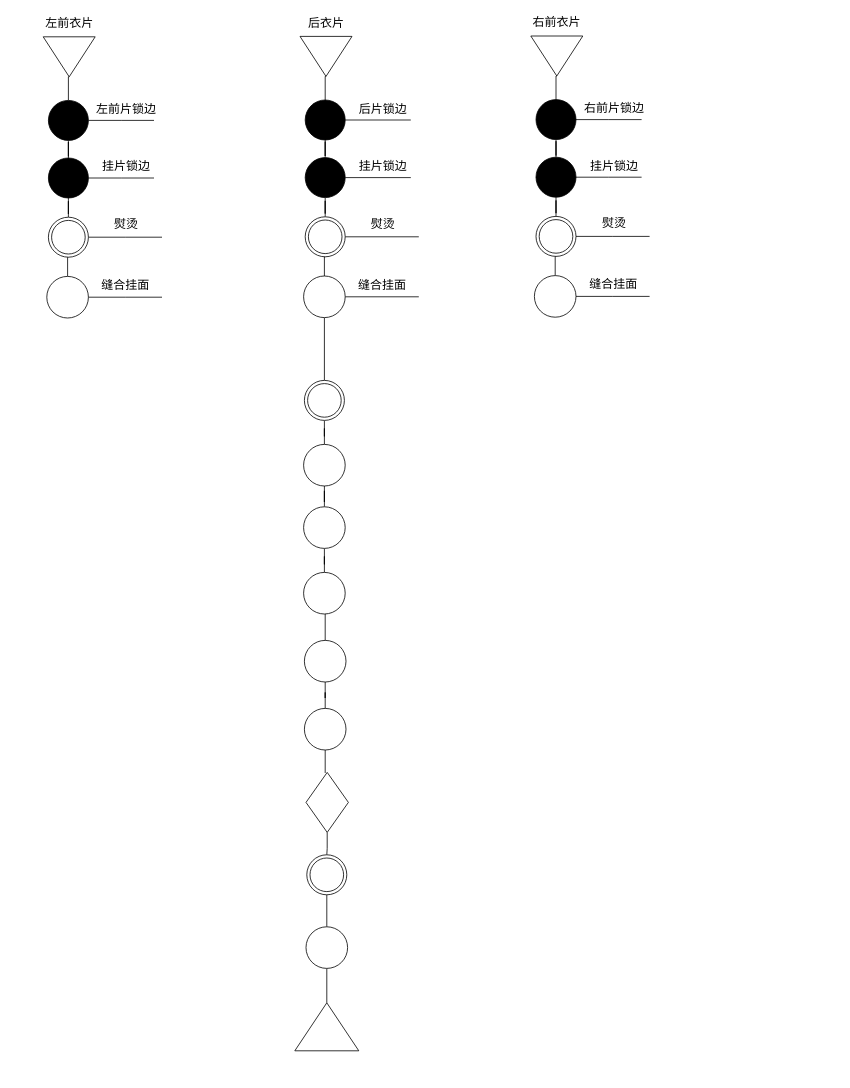
Above: 服装.drawio in chs97/draw.io (draw.io), before the change. Source tidied: cells renumbered, new cells numbered last; positions are measured from the earlier drawing's top-left corner, leaving out a move shared by most shapes. Both pictures are drawn from the tidied source at 80%, with x=0, y=0 at pixel (42, 14).
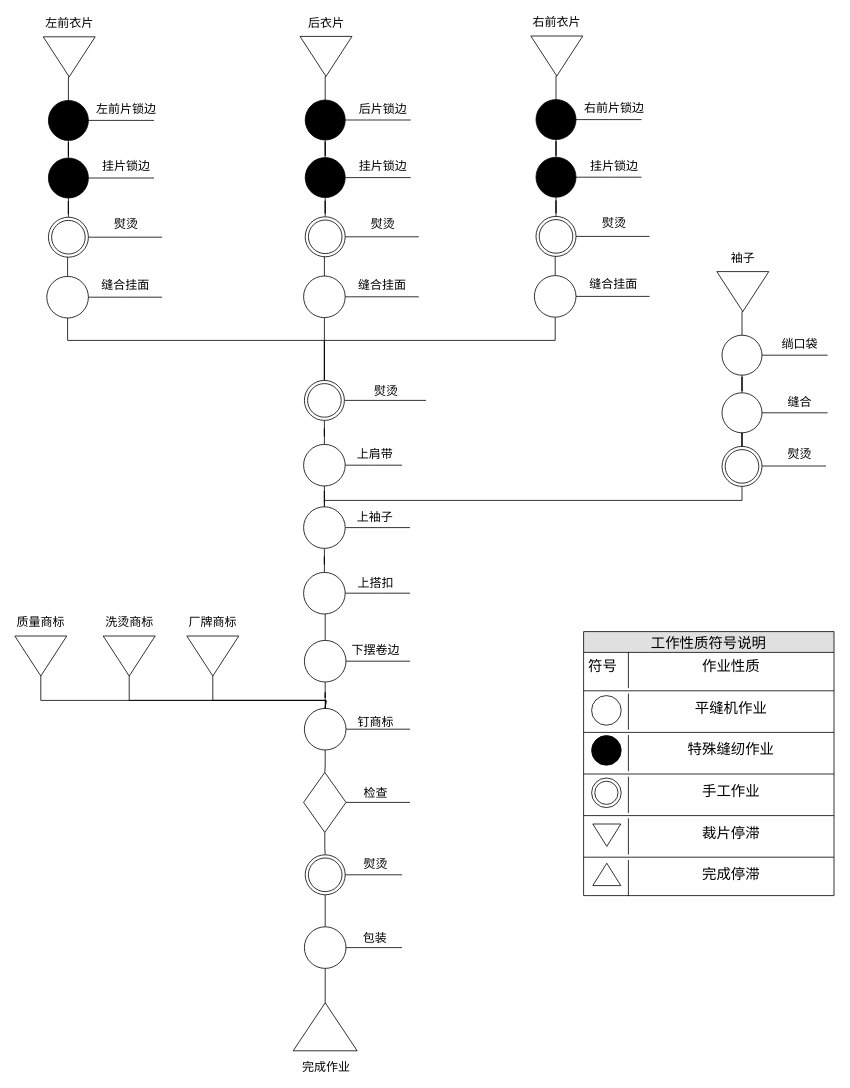
After the change.

The change refers to these unchanged cells:
```xml
<mxCell id="14" style="ellipse;whiteSpace=wrap;html=1;fillColor=#FFFFFF;" parent="1" vertex="1">
  <mxGeometry x="6" y="328" width="52" height="52" as="geometry" />
</mxCell>
<mxCell id="51" style="ellipse;whiteSpace=wrap;html=1;fillColor=#FFFFFF;" parent="1" vertex="1">
  <mxGeometry x="615.5" y="327" width="52" height="52" as="geometry" />
</mxCell>
<mxCell id="58" style="ellipse;shape=doubleEllipse;whiteSpace=wrap;html=1;fillColor=#FFFFFF;" parent="1" vertex="1">
  <mxGeometry x="328" y="458" width="50" height="50" as="geometry" />
</mxCell>
<mxCell id="60" style="ellipse;whiteSpace=wrap;html=1;fillColor=#FFFFFF;" parent="1" vertex="1">
  <mxGeometry x="327" y="538" width="52" height="52" as="geometry" />
</mxCell>
<mxCell id="62" style="ellipse;whiteSpace=wrap;html=1;fillColor=#FFFFFF;" parent="1" vertex="1">
  <mxGeometry x="327" y="616" width="52" height="52" as="geometry" />
</mxCell>
<mxCell id="64" style="ellipse;whiteSpace=wrap;html=1;fillColor=#FFFFFF;" parent="1" vertex="1">
  <mxGeometry x="327" y="698" width="52" height="52" as="geometry" />
</mxCell>
<mxCell id="66" style="ellipse;whiteSpace=wrap;html=1;fillColor=#FFFFFF;" parent="1" vertex="1">
  <mxGeometry x="328" y="783" width="52" height="52" as="geometry" />
</mxCell>
<mxCell id="68" style="ellipse;whiteSpace=wrap;html=1;fillColor=#FFFFFF;" parent="1" vertex="1">
  <mxGeometry x="328" y="868" width="52" height="52" as="geometry" />
</mxCell>
```

The edit, as a diff of the source:
```diff
@@
+    <mxCell id="76" style="edgeStyle=orthogonalEdgeStyle;rounded=0;jettySize=auto;html=1;entryX=0.5;entryY=0;entryDx=0;entryDy=0;endArrow=none;endFill=0;" parent="1" edge="1" source="14" target="58">
+      <mxGeometry relative="1" as="geometry">
+        <Array as="points">
+          <mxPoint x="32" y="408" />
+          <mxPoint x="353" y="408" />
+        </Array>
+      </mxGeometry>
+    </mxCell>
@@
+    <mxCell id="77" style="edgeStyle=orthogonalEdgeStyle;rounded=0;jettySize=auto;html=1;entryX=0.5;entryY=0;entryDx=0;entryDy=0;endArrow=none;endFill=0;" parent="1" edge="1" source="51" target="58">
+      <mxGeometry relative="1" as="geometry">
+        <Array as="points">
+          <mxPoint x="642" y="408" />
+          <mxPoint x="353" y="408" />
+        </Array>
+      </mxGeometry>
+    </mxCell>
@@
+    <mxCell id="78" style="edgeStyle=orthogonalEdgeStyle;rounded=0;jettySize=auto;html=1;endArrow=none;endFill=0;" parent="1" edge="1" source="58">
+      <mxGeometry relative="1" as="geometry">
+        <mxPoint x="480" y="483" as="targetPoint" />
+      </mxGeometry>
+    </mxCell>
@@
+    <mxCell id="79" style="edgeStyle=orthogonalEdgeStyle;rounded=0;jettySize=auto;html=1;endArrow=none;endFill=0;" parent="1" edge="1" source="60">
+      <mxGeometry relative="1" as="geometry">
+        <mxPoint x="450" y="564" as="targetPoint" />
+      </mxGeometry>
+    </mxCell>
@@
+    <mxCell id="80" style="edgeStyle=orthogonalEdgeStyle;rounded=0;jettySize=auto;html=1;endArrow=none;endFill=0;" parent="1" edge="1" source="62">
+      <mxGeometry relative="1" as="geometry">
+        <mxPoint x="460" y="642" as="targetPoint" />
+      </mxGeometry>
+    </mxCell>
@@
+    <mxCell id="81" style="edgeStyle=orthogonalEdgeStyle;rounded=0;jettySize=auto;html=1;endArrow=none;endFill=0;" parent="1" edge="1" source="64">
+      <mxGeometry relative="1" as="geometry">
+        <mxPoint x="460" y="724" as="targetPoint" />
+      </mxGeometry>
+    </mxCell>
@@
+    <mxCell id="82" style="edgeStyle=orthogonalEdgeStyle;rounded=0;jettySize=auto;html=1;endArrow=none;endFill=0;" parent="1" edge="1" source="66">
+      <mxGeometry relative="1" as="geometry">
+        <mxPoint x="460" y="809" as="targetPoint" />
+      </mxGeometry>
+    </mxCell>
@@
-    <mxCell id="67" style="edgeStyle=orthogonalEdgeStyle;rounded=0;jettySize=auto;html=1;endArrow=none;endFill=0;" parent="1" edge="1" source="68">
-      <mxGeometry relative="1" as="geometry">
-        <mxPoint x="354" y="948.7" as="targetPoint" />
-      </mxGeometry>
+    <mxCell id="67" style="edgeStyle=orthogonalEdgeStyle;rounded=0;jettySize=auto;html=1;endArrow=none;endFill=0;entryX=0.5;entryY=0;entryDx=0;entryDy=0;" parent="1" edge="1" source="68" target="70">
+      <mxGeometry relative="1" as="geometry" />
     </mxCell>
+    <mxCell id="83" style="edgeStyle=orthogonalEdgeStyle;rounded=0;jettySize=auto;html=1;endArrow=none;endFill=0;" parent="1" edge="1" source="68">
+      <mxGeometry relative="1" as="geometry">
+        <mxPoint x="460" y="894" as="targetPoint" />
+      </mxGeometry>
+    </mxCell>
@@
+    <mxCell id="84" style="edgeStyle=orthogonalEdgeStyle;rounded=0;jettySize=auto;html=1;endArrow=none;endFill=0;" parent="1" edge="1" source="70">
+      <mxGeometry relative="1" as="geometry">
+        <mxPoint x="460" y="985.5" as="targetPoint" />
+      </mxGeometry>
+    </mxCell>
     <mxCell id="70" style="rhombus;whiteSpace=wrap;html=1;strokeColor=#000000;fillColor=#FFFFFF;" parent="1" vertex="1">
-      <mxGeometry x="330" y="948" width="53" height="75" as="geometry" />
+      <mxGeometry x="327" y="948" width="53" height="75" as="geometry" />
     </mxCell>
@@
+    <mxCell id="85" style="edgeStyle=orthogonalEdgeStyle;rounded=0;jettySize=auto;html=1;endArrow=none;endFill=0;" parent="1" edge="1" source="72">
+      <mxGeometry relative="1" as="geometry">
+        <mxPoint x="450" y="1076" as="targetPoint" />
+      </mxGeometry>
+    </mxCell>
     <mxCell id="72" style="ellipse;shape=doubleEllipse;whiteSpace=wrap;html=1;fillColor=#FFFFFF;" parent="1" vertex="1">
-      <mxGeometry x="331" y="1051" width="50" height="50" as="geometry" />
+      <mxGeometry x="329" y="1051" width="50" height="50" as="geometry" />
     </mxCell>
@@
+    <mxCell id="86" style="edgeStyle=orthogonalEdgeStyle;rounded=0;jettySize=auto;html=1;endArrow=none;endFill=0;" parent="1" edge="1" source="74">
+      <mxGeometry relative="1" as="geometry">
+        <mxPoint x="450" y="1167" as="targetPoint" />
+      </mxGeometry>
+    </mxCell>
     <mxCell id="74" style="ellipse;whiteSpace=wrap;html=1;fillColor=#FFFFFF;" parent="1" vertex="1">
-      <mxGeometry x="330" y="1141" width="52" height="52" as="geometry" />
+      <mxGeometry x="328" y="1141" width="52" height="52" as="geometry" />
     </mxCell>
     <mxCell id="75" style="triangle;whiteSpace=wrap;html=1;strokeColor=#000000;fillColor=#FFFFFF;rotation=-90;" parent="1" vertex="1">
-      <mxGeometry x="326" y="1226" width="60" height="80" as="geometry" />
+      <mxGeometry x="324" y="1226" width="60" height="80" as="geometry" />
     </mxCell>
+    <mxCell id="87" value="&lt;font style=&quot;font-size: 15px&quot;&gt;熨烫&lt;/font&gt;" style="text;html=1;strokeColor=none;fillColor=none;align=center;verticalAlign=middle;whiteSpace=wrap;rounded=0;fontStyle=0;horizontal=1;" parent="1" vertex="1">
+      <mxGeometry x="384" y="461" width="93" height="20" as="geometry" />
+    </mxCell>
+    <mxCell id="88" value="&lt;font style=&quot;font-size: 15px&quot;&gt;上肩带&lt;/font&gt;" style="text;html=1;strokeColor=none;fillColor=none;align=center;verticalAlign=middle;whiteSpace=wrap;rounded=0;fontStyle=0;horizontal=1;" parent="1" vertex="1">
+      <mxGeometry x="370" y="539" width="93" height="20" as="geometry" />
+    </mxCell>
+    <mxCell id="89" value="&lt;font style=&quot;font-size: 15px&quot;&gt;上袖子&lt;/font&gt;" style="text;html=1;strokeColor=none;fillColor=none;align=center;verticalAlign=middle;whiteSpace=wrap;rounded=0;fontStyle=0;horizontal=1;" parent="1" vertex="1">
+      <mxGeometry x="370" y="618" width="93" height="20" as="geometry" />
+    </mxCell>
+    <mxCell id="90" value="&lt;font style=&quot;font-size: 15px&quot;&gt;上搭扣&lt;/font&gt;" style="text;html=1;strokeColor=none;fillColor=none;align=center;verticalAlign=middle;whiteSpace=wrap;rounded=0;fontStyle=0;horizontal=1;" parent="1" vertex="1">
+      <mxGeometry x="371" y="700.5" width="93" height="20" as="geometry" />
+    </mxCell>
+    <mxCell id="91" value="&lt;font style=&quot;font-size: 15px&quot;&gt;下摆卷边&lt;/font&gt;" style="text;html=1;strokeColor=none;fillColor=none;align=center;verticalAlign=middle;whiteSpace=wrap;rounded=0;fontStyle=0;horizontal=1;" parent="1" vertex="1">
+      <mxGeometry x="371" y="784.5" width="93" height="20" as="geometry" />
+    </mxCell>
+    <mxCell id="92" value="&lt;font style=&quot;font-size: 15px&quot;&gt;钉商标&lt;/font&gt;" style="text;html=1;strokeColor=none;fillColor=none;align=center;verticalAlign=middle;whiteSpace=wrap;rounded=0;fontStyle=0;horizontal=1;" parent="1" vertex="1">
+      <mxGeometry x="371" y="874" width="93" height="20" as="geometry" />
+    </mxCell>
+    <mxCell id="93" value="&lt;font style=&quot;font-size: 15px&quot;&gt;检查&lt;/font&gt;" style="text;html=1;strokeColor=none;fillColor=none;align=center;verticalAlign=middle;whiteSpace=wrap;rounded=0;fontStyle=0;horizontal=1;" parent="1" vertex="1">
+      <mxGeometry x="371" y="962.5" width="93" height="20" as="geometry" />
+    </mxCell>
+    <mxCell id="94" value="&lt;span style=&quot;font-size: 15px&quot;&gt;熨烫&lt;/span&gt;" style="text;html=1;strokeColor=none;fillColor=none;align=center;verticalAlign=middle;whiteSpace=wrap;rounded=0;fontStyle=0;horizontal=1;" parent="1" vertex="1">
+      <mxGeometry x="371" y="1052" width="93" height="20" as="geometry" />
+    </mxCell>
+    <mxCell id="95" value="&lt;span style=&quot;font-size: 15px&quot;&gt;包装&lt;/span&gt;" style="text;html=1;strokeColor=none;fillColor=none;align=center;verticalAlign=middle;whiteSpace=wrap;rounded=0;fontStyle=0;horizontal=1;" parent="1" vertex="1">
+      <mxGeometry x="370" y="1144" width="93" height="20" as="geometry" />
+    </mxCell>
+    <mxCell id="96" value="&lt;span style=&quot;font-size: 15px&quot;&gt;完成作业&lt;/span&gt;" style="text;html=1;strokeColor=none;fillColor=none;align=center;verticalAlign=middle;whiteSpace=wrap;rounded=0;fontStyle=0;horizontal=1;" parent="1" vertex="1">
+      <mxGeometry x="308.5" y="1306" width="93" height="20" as="geometry" />
+    </mxCell>
+    <mxCell id="97" style="edgeStyle=orthogonalEdgeStyle;rounded=0;jettySize=auto;html=1;exitX=1;exitY=0.5;exitDx=0;exitDy=0;entryX=0.5;entryY=0;entryDx=0;entryDy=0;endArrow=none;endFill=0;" parent="1" edge="1" source="98" target="101">
+      <mxGeometry relative="1" as="geometry" />
+    </mxCell>
+    <mxCell id="98" style="triangle;whiteSpace=wrap;html=1;rotation=90;" parent="1" vertex="1">
+      <mxGeometry x="851" y="314.5" width="50" height="65" as="geometry" />
+    </mxCell>
+    <mxCell id="99" style="edgeStyle=orthogonalEdgeStyle;rounded=0;jettySize=auto;html=1;entryX=0.5;entryY=0;entryDx=0;entryDy=0;endArrow=none;endFill=0;" parent="1" edge="1" source="101" target="104">
+      <mxGeometry relative="1" as="geometry" />
+    </mxCell>
+    <mxCell id="100" style="edgeStyle=orthogonalEdgeStyle;rounded=0;jettySize=auto;html=1;endArrow=none;endFill=0;" parent="1" edge="1" source="101">
+      <mxGeometry relative="1" as="geometry">
+        <mxPoint x="982" y="426.5" as="targetPoint" />
+      </mxGeometry>
+    </mxCell>
+    <mxCell id="101" style="ellipse;whiteSpace=wrap;html=1;fillColor=#FFFFFF;" parent="1" vertex="1">
+      <mxGeometry x="850" y="401.5" width="50" height="50" as="geometry" />
+    </mxCell>
+    <mxCell id="102" style="edgeStyle=orthogonalEdgeStyle;rounded=0;jettySize=auto;html=1;endArrow=none;endFill=0;" parent="1" edge="1" source="104">
+      <mxGeometry relative="1" as="geometry">
+        <mxPoint x="982" y="498.5" as="targetPoint" />
+      </mxGeometry>
+    </mxCell>
+    <mxCell id="103" style="edgeStyle=orthogonalEdgeStyle;rounded=0;jettySize=auto;html=1;endArrow=none;endFill=0;" parent="1" edge="1" source="104" target="110">
+      <mxGeometry relative="1" as="geometry" />
+    </mxCell>
+    <mxCell id="104" style="ellipse;whiteSpace=wrap;html=1;fillColor=#FFFFFF;" parent="1" vertex="1">
+      <mxGeometry x="850" y="473.5" width="50" height="50" as="geometry" />
+    </mxCell>
+    <mxCell id="105" value="&lt;font style=&quot;font-size: 15px&quot;&gt;袖子&lt;/font&gt;" style="text;html=1;strokeColor=none;fillColor=none;align=center;verticalAlign=middle;whiteSpace=wrap;rounded=0;" parent="1" vertex="1">
+      <mxGeometry x="842.5" y="294.5" width="67" height="20" as="geometry" />
+    </mxCell>
+    <mxCell id="106" value="&lt;font style=&quot;font-size: 15px&quot;&gt;绱口袋&lt;/font&gt;" style="text;html=1;strokeColor=none;fillColor=none;align=center;verticalAlign=middle;whiteSpace=wrap;rounded=0;fontStyle=0;horizontal=1;" parent="1" vertex="1">
+      <mxGeometry x="901" y="401.5" width="93" height="20" as="geometry" />
+    </mxCell>
+    <mxCell id="107" value="&lt;font style=&quot;font-size: 15px&quot;&gt;缝合&lt;/font&gt;" style="text;html=1;strokeColor=none;fillColor=none;align=center;verticalAlign=middle;whiteSpace=wrap;rounded=0;fontStyle=0;horizontal=1;" parent="1" vertex="1">
+      <mxGeometry x="901" y="473.5" width="93" height="20" as="geometry" />
+    </mxCell>
+    <mxCell id="108" style="edgeStyle=orthogonalEdgeStyle;rounded=0;jettySize=auto;html=1;endArrow=none;endFill=0;" parent="1" edge="1" source="110">
+      <mxGeometry relative="1" as="geometry">
+        <mxPoint x="980" y="565" as="targetPoint" />
+      </mxGeometry>
+    </mxCell>
+    <mxCell id="109" style="edgeStyle=orthogonalEdgeStyle;rounded=0;jettySize=auto;html=1;endArrow=none;endFill=0;" parent="1" edge="1" source="110" target="62">
+      <mxGeometry relative="1" as="geometry">
+        <Array as="points">
+          <mxPoint x="875" y="608" />
+          <mxPoint x="353" y="608" />
+        </Array>
+      </mxGeometry>
+    </mxCell>
+    <mxCell id="110" style="ellipse;shape=doubleEllipse;whiteSpace=wrap;html=1;fillColor=#FFFFFF;" parent="1" vertex="1">
+      <mxGeometry x="850" y="540.5" width="50" height="50" as="geometry" />
+    </mxCell>
+    <mxCell id="111" value="&lt;span style=&quot;font-size: 15px&quot;&gt;熨烫&lt;/span&gt;" style="text;html=1;strokeColor=none;fillColor=none;align=center;verticalAlign=middle;whiteSpace=wrap;rounded=0;fontStyle=0;horizontal=1;" parent="1" vertex="1">
+      <mxGeometry x="901" y="540" width="93" height="20" as="geometry" />
+    </mxCell>
+    <mxCell id="112" style="edgeStyle=orthogonalEdgeStyle;rounded=0;jettySize=auto;html=1;entryX=0.5;entryY=0;entryDx=0;entryDy=0;endArrow=none;endFill=0;" parent="1" edge="1" source="113" target="68">
+      <mxGeometry relative="1" as="geometry">
+        <Array as="points">
+          <mxPoint x="213" y="858" />
+          <mxPoint x="355" y="858" />
+        </Array>
+      </mxGeometry>
+    </mxCell>
+    <mxCell id="113" style="triangle;whiteSpace=wrap;html=1;rotation=90;" parent="1" vertex="1">
+      <mxGeometry x="188.5" y="770" width="50" height="65" as="geometry" />
+    </mxCell>
+    <mxCell id="114" value="&lt;font style=&quot;font-size: 15px&quot;&gt;厂牌商标&lt;/font&gt;" style="text;html=1;strokeColor=none;fillColor=none;align=center;verticalAlign=middle;whiteSpace=wrap;rounded=0;" parent="1" vertex="1">
+      <mxGeometry x="180" y="750" width="67" height="20" as="geometry" />
+    </mxCell>
+    <mxCell id="115" style="edgeStyle=orthogonalEdgeStyle;rounded=0;jettySize=auto;html=1;entryX=0.5;entryY=0;entryDx=0;entryDy=0;endArrow=none;endFill=0;" parent="1" edge="1" source="116" target="68">
+      <mxGeometry relative="1" as="geometry">
+        <Array as="points">
+          <mxPoint x="109" y="858" />
+          <mxPoint x="355" y="858" />
+        </Array>
+      </mxGeometry>
+    </mxCell>
+    <mxCell id="116" style="triangle;whiteSpace=wrap;html=1;rotation=90;" parent="1" vertex="1">
+      <mxGeometry x="84" y="770" width="50" height="65" as="geometry" />
+    </mxCell>
+    <mxCell id="117" value="&lt;span style=&quot;font-size: 15px&quot;&gt;洗烫商标&lt;/span&gt;" style="text;html=1;strokeColor=none;fillColor=none;align=center;verticalAlign=middle;whiteSpace=wrap;rounded=0;" parent="1" vertex="1">
+      <mxGeometry x="75.5" y="750" width="67" height="20" as="geometry" />
+    </mxCell>
+    <mxCell id="118" style="edgeStyle=orthogonalEdgeStyle;rounded=0;jettySize=auto;html=1;entryX=0.5;entryY=0;entryDx=0;entryDy=0;endArrow=none;endFill=0;" parent="1" edge="1" source="119" target="68">
+      <mxGeometry relative="1" as="geometry">
+        <Array as="points">
+          <mxPoint x="-1" y="858" />
+          <mxPoint x="355" y="858" />
+        </Array>
+      </mxGeometry>
+    </mxCell>
+    <mxCell id="119" style="triangle;whiteSpace=wrap;html=1;rotation=90;" parent="1" vertex="1">
+      <mxGeometry x="-26.5" y="770" width="50" height="65" as="geometry" />
+    </mxCell>
+    <mxCell id="120" value="&lt;span style=&quot;font-size: 15px&quot;&gt;质量商标&lt;/span&gt;" style="text;html=1;strokeColor=none;fillColor=none;align=center;verticalAlign=middle;whiteSpace=wrap;rounded=0;" parent="1" vertex="1">
+      <mxGeometry x="-35" y="750" width="67" height="20" as="geometry" />
+    </mxCell>
+    <mxCell id="121" value="工作性质符号说明" style="swimlane;fontStyle=0;horizontal=1;startSize=26;fillColor=#e0e0e0;swimlaneFillColor=#ffffff;align=center;fontSize=18;" parent="1" vertex="1">
+      <mxGeometry x="677" y="772" width="313" height="330" as="geometry" />
+    </mxCell>
+    <mxCell id="122" value="作业性质" style="shape=partialRectangle;top=0;left=0;right=0;bottom=0;align=center;verticalAlign=top;fillColor=none;spacingLeft=60;spacingRight=4;overflow=hidden;fontSize=18;strokeColor=none;" parent="121" vertex="1">
+      <mxGeometry y="26" width="313" height="44" as="geometry" />
+    </mxCell>
+    <mxCell id="123" value="符号" style="shape=partialRectangle;top=0;left=0;bottom=0;fillColor=none;align=left;verticalAlign=top;spacingLeft=4;spacingRight=4;overflow=hidden;fontSize=18;" parent="122" vertex="1">
+      <mxGeometry width="56" height="44" as="geometry" />
+    </mxCell>
+    <mxCell id="124" style="line;strokeWidth=1;fillColor=none;align=left;verticalAlign=middle;spacingTop=-1;spacingLeft=3;spacingRight=3;labelPosition=right;fontSize=12;" parent="121" vertex="1">
+      <mxGeometry y="70" width="313" height="8" as="geometry" />
+    </mxCell>
+    <mxCell id="125" value="平缝机作业" style="shape=partialRectangle;top=0;left=0;right=0;bottom=0;align=center;verticalAlign=top;fillColor=none;spacingLeft=60;spacingRight=4;overflow=hidden;fontSize=18;" parent="121" vertex="1">
+      <mxGeometry y="78" width="313" height="44" as="geometry" />
+    </mxCell>
+    <mxCell id="126" style="shape=partialRectangle;top=0;left=0;bottom=0;fillColor=none;align=left;verticalAlign=top;spacingLeft=4;spacingRight=4;overflow=hidden;fontSize=18;" parent="125" vertex="1">
+      <mxGeometry width="56" height="44" as="geometry" />
+    </mxCell>
+    <mxCell id="127" style="line;strokeWidth=1;fillColor=none;align=left;verticalAlign=middle;spacingTop=-1;spacingLeft=3;spacingRight=3;labelPosition=right;fontSize=12;" parent="121" vertex="1">
+      <mxGeometry y="122" width="313" height="8" as="geometry" />
+    </mxCell>
+    <mxCell id="128" value="特殊缝纫作业" style="shape=partialRectangle;top=0;left=0;right=0;bottom=0;align=center;verticalAlign=top;fillColor=none;spacingLeft=60;spacingRight=4;overflow=hidden;fontSize=18;strokeColor=#000000;" parent="121" vertex="1">
+      <mxGeometry y="130" width="313" height="44" as="geometry" />
+    </mxCell>
+    <mxCell id="129" style="shape=partialRectangle;top=0;left=0;bottom=0;fillColor=none;align=left;verticalAlign=top;spacingLeft=4;spacingRight=4;overflow=hidden;fontSize=18;" parent="128" vertex="1">
+      <mxGeometry width="56" height="44" as="geometry" />
+    </mxCell>
+    <mxCell id="130" style="line;strokeWidth=1;fillColor=none;align=left;verticalAlign=middle;spacingTop=-1;spacingLeft=3;spacingRight=3;labelPosition=right;fontSize=12;" parent="121" vertex="1">
+      <mxGeometry y="174" width="313" height="8" as="geometry" />
+    </mxCell>
+    <mxCell id="131" value="手工作业" style="shape=partialRectangle;top=0;left=0;right=0;bottom=0;align=center;verticalAlign=top;fillColor=none;spacingLeft=60;spacingRight=4;overflow=hidden;fontSize=18;strokeColor=#000000;" parent="121" vertex="1">
+      <mxGeometry y="182" width="313" height="44" as="geometry" />
+    </mxCell>
+    <mxCell id="132" style="shape=partialRectangle;top=0;left=0;bottom=0;fillColor=none;align=left;verticalAlign=top;spacingLeft=4;spacingRight=4;overflow=hidden;fontSize=18;" parent="131" vertex="1">
+      <mxGeometry width="56" height="44" as="geometry" />
+    </mxCell>
+    <mxCell id="133" style="line;strokeWidth=1;fillColor=none;align=left;verticalAlign=middle;spacingTop=-1;spacingLeft=3;spacingRight=3;labelPosition=right;fontSize=12;" parent="121" vertex="1">
+      <mxGeometry y="226" width="313" height="8" as="geometry" />
+    </mxCell>
+    <mxCell id="134" value="裁片停滞" style="shape=partialRectangle;top=0;left=0;right=0;bottom=0;align=center;verticalAlign=top;fillColor=none;spacingLeft=60;spacingRight=4;overflow=hidden;fontSize=18;strokeColor=#000000;" parent="121" vertex="1">
+      <mxGeometry y="234" width="313" height="44" as="geometry" />
+    </mxCell>
+    <mxCell id="135" style="shape=partialRectangle;top=0;left=0;bottom=0;fillColor=none;align=left;verticalAlign=top;spacingLeft=4;spacingRight=4;overflow=hidden;fontSize=18;" parent="134" vertex="1">
+      <mxGeometry width="56" height="44" as="geometry" />
+    </mxCell>
+    <mxCell id="136" style="line;strokeWidth=1;fillColor=none;align=left;verticalAlign=middle;spacingTop=-1;spacingLeft=3;spacingRight=3;labelPosition=right;fontSize=12;" parent="121" vertex="1">
+      <mxGeometry y="278" width="313" height="8" as="geometry" />
+    </mxCell>
+    <mxCell id="137" value="完成停滞" style="shape=partialRectangle;top=0;left=0;right=0;bottom=0;align=center;verticalAlign=top;fillColor=none;spacingLeft=60;spacingRight=4;overflow=hidden;fontSize=18;strokeColor=#000000;" parent="121" vertex="1">
+      <mxGeometry y="286" width="313" height="44" as="geometry" />
+    </mxCell>
+    <mxCell id="138" style="shape=partialRectangle;top=0;left=0;bottom=0;fillColor=none;align=left;verticalAlign=top;spacingLeft=4;spacingRight=4;overflow=hidden;fontSize=18;" parent="137" vertex="1">
+      <mxGeometry width="56" height="44" as="geometry" />
+    </mxCell>
+    <mxCell id="139" style="ellipse;whiteSpace=wrap;html=1;strokeColor=#000000;fillColor=none;fontSize=18;" parent="1" vertex="1">
+      <mxGeometry x="687" y="852" width="37" height="37" as="geometry" />
+    </mxCell>
+    <mxCell id="140" style="ellipse;whiteSpace=wrap;html=1;strokeColor=#000000;fillColor=#000000;fontSize=18;" parent="1" vertex="1">
+      <mxGeometry x="687" y="902" width="37" height="37" as="geometry" />
+    </mxCell>
+    <mxCell id="141" style="ellipse;shape=doubleEllipse;whiteSpace=wrap;html=1;fillColor=#FFFFFF;" parent="1" vertex="1">
+      <mxGeometry x="687" y="955" width="37" height="37" as="geometry" />
+    </mxCell>
+    <mxCell id="142" style="triangle;whiteSpace=wrap;html=1;rotation=90;" parent="1" vertex="1">
+      <mxGeometry x="692" y="1009" width="28" height="35" as="geometry" />
+    </mxCell>
+    <mxCell id="143" style="triangle;whiteSpace=wrap;html=1;rotation=-90;" parent="1" vertex="1">
+      <mxGeometry x="692" y="1058" width="28" height="35" as="geometry" />
+    </mxCell>
```
